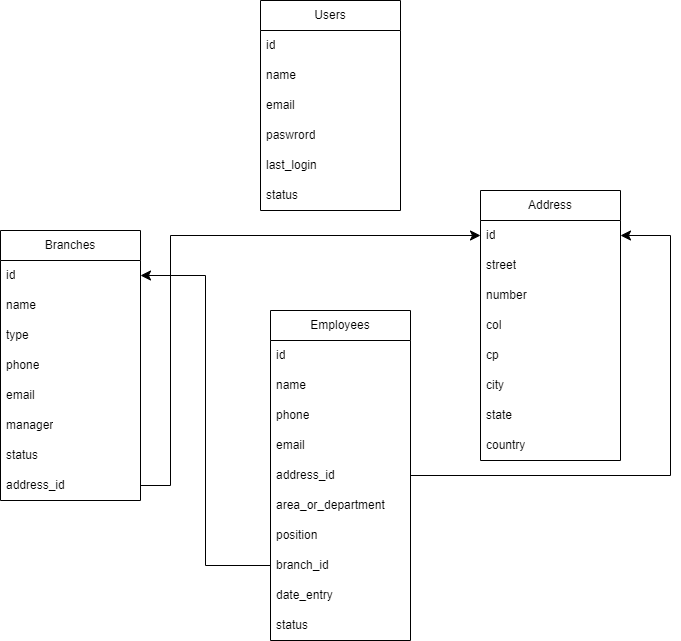
Earlier version of the draw.io export ModeloRelacional.png (Breayanxd/patito_project). Source tidied: cells renumbered, new cells last; positions are measured from the earlier drawing's top-left corner, leaving out a move shared by most shapes.
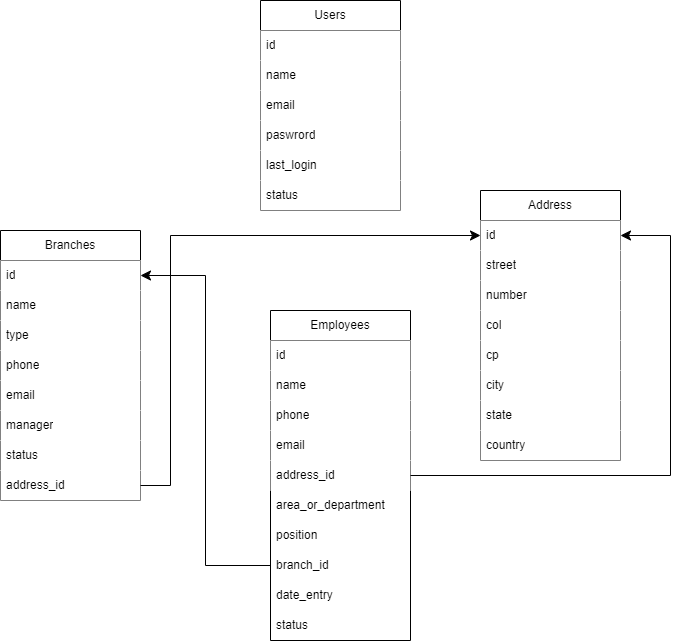
Later version of the same file.

Change to the diagram source:
```diff
@@ -2,97 +2,97 @@
   <root>
     <mxCell id="0" />
     <mxCell id="1" parent="0" />
-    <mxCell id="2" value="Branches" style="swimlane;fontStyle=0;horizontal=1;startSize=30;whiteSpace=wrap;html=1;" parent="1" vertex="1">
+    <mxCell id="2" value="Branches" style="swimlane;fontStyle=0;horizontal=1;startSize=30;whiteSpace=wrap;html=1;fillColor=#FFFFFF;" parent="1" vertex="1">
       <mxGeometry y="230" width="140" height="270" as="geometry" />
     </mxCell>
-    <mxCell id="3" value="id" style="text;strokeColor=none;fillColor=none;align=left;verticalAlign=middle;spacingLeft=4;spacingRight=4;overflow=hidden;points=[[0,0.5],[1,0.5]];portConstraint=eastwest;whiteSpace=wrap;html=1;" parent="2" vertex="1">
+    <mxCell id="3" value="id" style="text;strokeColor=none;fillColor=#FFFFFF;align=left;verticalAlign=middle;spacingLeft=4;spacingRight=4;overflow=hidden;points=[[0,0.5],[1,0.5]];portConstraint=eastwest;whiteSpace=wrap;html=1;" parent="2" vertex="1">
       <mxGeometry y="30" width="140" height="30" as="geometry" />
     </mxCell>
-    <mxCell id="4" value="name" style="text;strokeColor=none;fillColor=none;align=left;verticalAlign=middle;spacingLeft=4;spacingRight=4;overflow=hidden;whiteSpace=wrap;html=1;" parent="2" vertex="1">
+    <mxCell id="4" value="name" style="text;strokeColor=none;fillColor=#FFFFFF;align=left;verticalAlign=middle;spacingLeft=4;spacingRight=4;overflow=hidden;whiteSpace=wrap;html=1;" parent="2" vertex="1">
       <mxGeometry y="60" width="140" height="30" as="geometry" />
     </mxCell>
-    <mxCell id="5" value="type" style="text;strokeColor=none;fillColor=none;align=left;verticalAlign=middle;spacingLeft=4;spacingRight=4;overflow=hidden;whiteSpace=wrap;html=1;" parent="2" vertex="1">
+    <mxCell id="5" value="type" style="text;strokeColor=none;fillColor=#FFFFFF;align=left;verticalAlign=middle;spacingLeft=4;spacingRight=4;overflow=hidden;whiteSpace=wrap;html=1;" parent="2" vertex="1">
       <mxGeometry y="90" width="140" height="30" as="geometry" />
     </mxCell>
-    <mxCell id="6" value="phone" style="text;strokeColor=none;fillColor=none;align=left;verticalAlign=middle;spacingLeft=4;spacingRight=4;overflow=hidden;whiteSpace=wrap;html=1;" parent="2" vertex="1">
+    <mxCell id="6" value="phone" style="text;strokeColor=none;fillColor=#FFFFFF;align=left;verticalAlign=middle;spacingLeft=4;spacingRight=4;overflow=hidden;whiteSpace=wrap;html=1;" parent="2" vertex="1">
       <mxGeometry y="120" width="140" height="30" as="geometry" />
     </mxCell>
-    <mxCell id="7" value="email" style="text;strokeColor=none;fillColor=none;align=left;verticalAlign=middle;spacingLeft=4;spacingRight=4;overflow=hidden;whiteSpace=wrap;html=1;" parent="2" vertex="1">
+    <mxCell id="7" value="email" style="text;strokeColor=none;fillColor=#FFFFFF;align=left;verticalAlign=middle;spacingLeft=4;spacingRight=4;overflow=hidden;whiteSpace=wrap;html=1;" parent="2" vertex="1">
       <mxGeometry y="150" width="140" height="30" as="geometry" />
     </mxCell>
-    <mxCell id="8" value="manager" style="text;strokeColor=none;fillColor=none;align=left;verticalAlign=middle;spacingLeft=4;spacingRight=4;overflow=hidden;whiteSpace=wrap;html=1;" parent="2" vertex="1">
+    <mxCell id="8" value="manager" style="text;strokeColor=none;fillColor=#FFFFFF;align=left;verticalAlign=middle;spacingLeft=4;spacingRight=4;overflow=hidden;whiteSpace=wrap;html=1;" parent="2" vertex="1">
       <mxGeometry y="180" width="140" height="30" as="geometry" />
     </mxCell>
-    <mxCell id="9" value="status" style="text;strokeColor=none;fillColor=none;align=left;verticalAlign=middle;spacingLeft=4;spacingRight=4;overflow=hidden;whiteSpace=wrap;html=1;" parent="2" vertex="1">
+    <mxCell id="9" value="status" style="text;strokeColor=none;fillColor=#FFFFFF;align=left;verticalAlign=middle;spacingLeft=4;spacingRight=4;overflow=hidden;whiteSpace=wrap;html=1;" parent="2" vertex="1">
       <mxGeometry y="210" width="140" height="30" as="geometry" />
     </mxCell>
-    <mxCell id="10" value="address_id" style="text;strokeColor=none;fillColor=none;align=left;verticalAlign=middle;spacingLeft=4;spacingRight=4;overflow=hidden;points=[[0,0.5],[1,0.5]];portConstraint=eastwest;whiteSpace=wrap;html=1;" parent="2" vertex="1">
+    <mxCell id="10" value="address_id" style="text;strokeColor=none;fillColor=#FFFFFF;align=left;verticalAlign=middle;spacingLeft=4;spacingRight=4;overflow=hidden;points=[[0,0.5],[1,0.5]];portConstraint=eastwest;whiteSpace=wrap;html=1;" parent="2" vertex="1">
       <mxGeometry y="240" width="140" height="30" as="geometry" />
     </mxCell>
-    <mxCell id="11" value="Users" style="swimlane;fontStyle=0;horizontal=1;startSize=30;whiteSpace=wrap;html=1;" parent="1" vertex="1">
+    <mxCell id="11" value="Users" style="swimlane;fontStyle=0;horizontal=1;startSize=30;whiteSpace=wrap;html=1;fillColor=#FFFFFF;" parent="1" vertex="1">
       <mxGeometry x="260" width="140" height="210" as="geometry" />
     </mxCell>
-    <mxCell id="12" value="id" style="text;strokeColor=none;fillColor=none;align=left;verticalAlign=middle;spacingLeft=4;spacingRight=4;overflow=hidden;whiteSpace=wrap;html=1;" parent="11" vertex="1">
+    <mxCell id="12" value="id" style="text;strokeColor=none;fillColor=#FFFFFF;align=left;verticalAlign=middle;spacingLeft=4;spacingRight=4;overflow=hidden;whiteSpace=wrap;html=1;" parent="11" vertex="1">
       <mxGeometry y="30" width="140" height="30" as="geometry" />
     </mxCell>
-    <mxCell id="13" value="name" style="text;strokeColor=none;fillColor=none;align=left;verticalAlign=middle;spacingLeft=4;spacingRight=4;overflow=hidden;whiteSpace=wrap;html=1;" parent="11" vertex="1">
+    <mxCell id="13" value="name" style="text;strokeColor=none;fillColor=#FFFFFF;align=left;verticalAlign=middle;spacingLeft=4;spacingRight=4;overflow=hidden;whiteSpace=wrap;html=1;" parent="11" vertex="1">
       <mxGeometry y="60" width="140" height="30" as="geometry" />
     </mxCell>
-    <mxCell id="14" value="email" style="text;strokeColor=none;fillColor=none;align=left;verticalAlign=middle;spacingLeft=4;spacingRight=4;overflow=hidden;whiteSpace=wrap;html=1;" parent="11" vertex="1">
+    <mxCell id="14" value="email" style="text;strokeColor=none;fillColor=#FFFFFF;align=left;verticalAlign=middle;spacingLeft=4;spacingRight=4;overflow=hidden;whiteSpace=wrap;html=1;" parent="11" vertex="1">
       <mxGeometry y="90" width="140" height="30" as="geometry" />
     </mxCell>
-    <mxCell id="15" value="paswrord" style="text;strokeColor=none;fillColor=none;align=left;verticalAlign=middle;spacingLeft=4;spacingRight=4;overflow=hidden;whiteSpace=wrap;html=1;" parent="11" vertex="1">
+    <mxCell id="15" value="paswrord" style="text;strokeColor=none;fillColor=#FFFFFF;align=left;verticalAlign=middle;spacingLeft=4;spacingRight=4;overflow=hidden;whiteSpace=wrap;html=1;" parent="11" vertex="1">
       <mxGeometry y="120" width="140" height="30" as="geometry" />
     </mxCell>
-    <mxCell id="16" value="last_login" style="text;strokeColor=none;fillColor=none;align=left;verticalAlign=middle;spacingLeft=4;spacingRight=4;overflow=hidden;whiteSpace=wrap;html=1;" parent="11" vertex="1">
+    <mxCell id="16" value="last_login" style="text;strokeColor=none;fillColor=#FFFFFF;align=left;verticalAlign=middle;spacingLeft=4;spacingRight=4;overflow=hidden;whiteSpace=wrap;html=1;" parent="11" vertex="1">
       <mxGeometry y="150" width="140" height="30" as="geometry" />
     </mxCell>
-    <mxCell id="17" value="status" style="text;strokeColor=none;fillColor=none;align=left;verticalAlign=middle;spacingLeft=4;spacingRight=4;overflow=hidden;whiteSpace=wrap;html=1;" parent="11" vertex="1">
+    <mxCell id="17" value="status" style="text;strokeColor=none;fillColor=#FFFFFF;align=left;verticalAlign=middle;spacingLeft=4;spacingRight=4;overflow=hidden;whiteSpace=wrap;html=1;" parent="11" vertex="1">
       <mxGeometry y="180" width="140" height="30" as="geometry" />
     </mxCell>
-    <mxCell id="18" value="Address" style="swimlane;fontStyle=0;horizontal=1;startSize=30;whiteSpace=wrap;html=1;" parent="1" vertex="1">
+    <mxCell id="18" value="Address" style="swimlane;fontStyle=0;horizontal=1;startSize=30;whiteSpace=wrap;html=1;fillColor=#FFFFFF;" parent="1" vertex="1">
       <mxGeometry x="480" y="190" width="140" height="270" as="geometry" />
     </mxCell>
-    <mxCell id="19" value="id" style="text;strokeColor=none;fillColor=none;align=left;verticalAlign=middle;spacingLeft=4;spacingRight=4;overflow=hidden;points=[[0,0.5],[1,0.5]];portConstraint=eastwest;whiteSpace=wrap;html=1;" parent="18" vertex="1">
+    <mxCell id="19" value="id" style="text;strokeColor=none;fillColor=#FFFFFF;align=left;verticalAlign=middle;spacingLeft=4;spacingRight=4;overflow=hidden;points=[[0,0.5],[1,0.5]];portConstraint=eastwest;whiteSpace=wrap;html=1;" parent="18" vertex="1">
       <mxGeometry y="30" width="140" height="30" as="geometry" />
     </mxCell>
-    <mxCell id="20" value="street&lt;br&gt;" style="text;strokeColor=none;fillColor=none;align=left;verticalAlign=middle;spacingLeft=4;spacingRight=4;overflow=hidden;whiteSpace=wrap;html=1;" parent="18" vertex="1">
+    <mxCell id="20" value="street&lt;br&gt;" style="text;strokeColor=none;fillColor=#FFFFFF;align=left;verticalAlign=middle;spacingLeft=4;spacingRight=4;overflow=hidden;whiteSpace=wrap;html=1;" parent="18" vertex="1">
       <mxGeometry y="60" width="140" height="30" as="geometry" />
     </mxCell>
-    <mxCell id="21" value="number" style="text;strokeColor=none;fillColor=none;align=left;verticalAlign=middle;spacingLeft=4;spacingRight=4;overflow=hidden;whiteSpace=wrap;html=1;" parent="18" vertex="1">
+    <mxCell id="21" value="number" style="text;strokeColor=none;fillColor=#FFFFFF;align=left;verticalAlign=middle;spacingLeft=4;spacingRight=4;overflow=hidden;whiteSpace=wrap;html=1;" parent="18" vertex="1">
       <mxGeometry y="90" width="140" height="30" as="geometry" />
     </mxCell>
-    <mxCell id="22" value="col" style="text;strokeColor=none;fillColor=none;align=left;verticalAlign=middle;spacingLeft=4;spacingRight=4;overflow=hidden;whiteSpace=wrap;html=1;" parent="18" vertex="1">
+    <mxCell id="22" value="col" style="text;strokeColor=none;fillColor=#FFFFFF;align=left;verticalAlign=middle;spacingLeft=4;spacingRight=4;overflow=hidden;whiteSpace=wrap;html=1;" parent="18" vertex="1">
       <mxGeometry y="120" width="140" height="30" as="geometry" />
     </mxCell>
-    <mxCell id="23" value="cp" style="text;strokeColor=none;fillColor=none;align=left;verticalAlign=middle;spacingLeft=4;spacingRight=4;overflow=hidden;whiteSpace=wrap;html=1;" parent="18" vertex="1">
+    <mxCell id="23" value="cp" style="text;strokeColor=none;fillColor=#FFFFFF;align=left;verticalAlign=middle;spacingLeft=4;spacingRight=4;overflow=hidden;whiteSpace=wrap;html=1;" parent="18" vertex="1">
       <mxGeometry y="150" width="140" height="30" as="geometry" />
     </mxCell>
-    <mxCell id="24" value="city" style="text;strokeColor=none;fillColor=none;align=left;verticalAlign=middle;spacingLeft=4;spacingRight=4;overflow=hidden;whiteSpace=wrap;html=1;" parent="18" vertex="1">
+    <mxCell id="24" value="city" style="text;strokeColor=none;fillColor=#FFFFFF;align=left;verticalAlign=middle;spacingLeft=4;spacingRight=4;overflow=hidden;whiteSpace=wrap;html=1;" parent="18" vertex="1">
       <mxGeometry y="180" width="140" height="30" as="geometry" />
     </mxCell>
-    <mxCell id="25" value="state" style="text;strokeColor=none;fillColor=none;align=left;verticalAlign=middle;spacingLeft=4;spacingRight=4;overflow=hidden;whiteSpace=wrap;html=1;" parent="18" vertex="1">
+    <mxCell id="25" value="state" style="text;strokeColor=none;fillColor=#FFFFFF;align=left;verticalAlign=middle;spacingLeft=4;spacingRight=4;overflow=hidden;whiteSpace=wrap;html=1;" parent="18" vertex="1">
       <mxGeometry y="210" width="140" height="30" as="geometry" />
     </mxCell>
-    <mxCell id="26" value="country" style="text;strokeColor=none;fillColor=none;align=left;verticalAlign=middle;spacingLeft=4;spacingRight=4;overflow=hidden;whiteSpace=wrap;html=1;" parent="18" vertex="1">
+    <mxCell id="26" value="country" style="text;strokeColor=none;fillColor=#FFFFFF;align=left;verticalAlign=middle;spacingLeft=4;spacingRight=4;overflow=hidden;whiteSpace=wrap;html=1;" parent="18" vertex="1">
       <mxGeometry y="240" width="140" height="30" as="geometry" />
     </mxCell>
     <mxCell id="27" value="Employees" style="swimlane;fontStyle=0;horizontal=1;startSize=30;whiteSpace=wrap;html=1;" parent="1" vertex="1">
       <mxGeometry x="270" y="310" width="140" height="330" as="geometry" />
     </mxCell>
-    <mxCell id="28" value="id" style="text;strokeColor=none;fillColor=none;align=left;verticalAlign=middle;spacingLeft=4;spacingRight=4;overflow=hidden;whiteSpace=wrap;html=1;" parent="27" vertex="1">
+    <mxCell id="28" value="id" style="text;strokeColor=none;fillColor=#FFFFFF;align=left;verticalAlign=middle;spacingLeft=4;spacingRight=4;overflow=hidden;whiteSpace=wrap;html=1;" parent="27" vertex="1">
       <mxGeometry y="30" width="140" height="30" as="geometry" />
     </mxCell>
-    <mxCell id="29" value="name" style="text;strokeColor=none;fillColor=none;align=left;verticalAlign=middle;spacingLeft=4;spacingRight=4;overflow=hidden;whiteSpace=wrap;html=1;" parent="27" vertex="1">
+    <mxCell id="29" value="name" style="text;strokeColor=none;fillColor=#FFFFFF;align=left;verticalAlign=middle;spacingLeft=4;spacingRight=4;overflow=hidden;whiteSpace=wrap;html=1;" parent="27" vertex="1">
       <mxGeometry y="60" width="140" height="30" as="geometry" />
     </mxCell>
-    <mxCell id="30" value="phone" style="text;strokeColor=none;fillColor=none;align=left;verticalAlign=middle;spacingLeft=4;spacingRight=4;overflow=hidden;whiteSpace=wrap;html=1;" parent="27" vertex="1">
+    <mxCell id="30" value="phone" style="text;strokeColor=none;fillColor=#FFFFFF;align=left;verticalAlign=middle;spacingLeft=4;spacingRight=4;overflow=hidden;whiteSpace=wrap;html=1;" parent="27" vertex="1">
       <mxGeometry y="90" width="140" height="30" as="geometry" />
     </mxCell>
-    <mxCell id="31" value="email" style="text;strokeColor=none;fillColor=none;align=left;verticalAlign=middle;spacingLeft=4;spacingRight=4;overflow=hidden;whiteSpace=wrap;html=1;" parent="27" vertex="1">
+    <mxCell id="31" value="email" style="text;strokeColor=none;fillColor=#FFFFFF;align=left;verticalAlign=middle;spacingLeft=4;spacingRight=4;overflow=hidden;whiteSpace=wrap;html=1;" parent="27" vertex="1">
       <mxGeometry y="120" width="140" height="30" as="geometry" />
     </mxCell>
-    <mxCell id="32" value="address_id" style="text;strokeColor=none;fillColor=none;align=left;verticalAlign=middle;spacingLeft=4;spacingRight=4;overflow=hidden;points=[[0,0.5],[1,0.5]];portConstraint=eastwest;whiteSpace=wrap;html=1;" parent="27" vertex="1">
+    <mxCell id="32" value="address_id" style="text;strokeColor=none;fillColor=#FFFFFF;align=left;verticalAlign=middle;spacingLeft=4;spacingRight=4;overflow=hidden;points=[[0,0.5],[1,0.5]];portConstraint=eastwest;whiteSpace=wrap;html=1;" parent="27" vertex="1">
       <mxGeometry y="150" width="140" height="30" as="geometry" />
     </mxCell>
     <mxCell id="33" value="area_or_department" style="text;strokeColor=none;fillColor=none;align=left;verticalAlign=middle;spacingLeft=4;spacingRight=4;overflow=hidden;whiteSpace=wrap;html=1;" parent="27" vertex="1">
@@ -110,7 +110,7 @@
     <mxCell id="37" value="status" style="text;strokeColor=none;fillColor=none;align=left;verticalAlign=middle;spacingLeft=4;spacingRight=4;overflow=hidden;whiteSpace=wrap;html=1;" parent="27" vertex="1">
       <mxGeometry y="300" width="140" height="30" as="geometry" />
     </mxCell>
-    <mxCell id="38" style="edgeStyle=elbowEdgeStyle;elbow=horizontal;endArrow=classic;html=1;curved=0;rounded=0;endSize=8;startSize=8;exitX=1;exitY=0.5;exitDx=0;exitDy=0;entryX=0;entryY=0.5;entryDx=0;entryDy=0;" parent="1" edge="1" source="10" target="19">
+    <mxCell id="38" style="edgeStyle=elbowEdgeStyle;elbow=horizontal;endArrow=classic;html=1;curved=0;rounded=0;endSize=8;startSize=8;exitX=1;exitY=0.5;exitDx=0;exitDy=0;entryX=0;entryY=0.5;entryDx=0;entryDy=0;fillColor=#FFFFFF;" parent="1" edge="1" source="10" target="19">
       <mxGeometry relative="1" as="geometry">
         <Array as="points">
           <mxPoint x="170" y="310" />
@@ -121,7 +121,7 @@
     <mxCell id="39" style="edgeStyle=elbowEdgeStyle;elbow=horizontal;endArrow=classic;html=1;curved=0;rounded=0;endSize=8;startSize=8;entryX=1;entryY=0.5;entryDx=0;entryDy=0;exitX=0;exitY=0.5;exitDx=0;exitDy=0;" parent="1" edge="1" source="35" target="3">
       <mxGeometry relative="1" as="geometry" />
     </mxCell>
-    <mxCell id="40" style="edgeStyle=elbowEdgeStyle;elbow=horizontal;endArrow=classic;html=1;curved=0;rounded=0;endSize=8;startSize=8;entryX=1;entryY=0.5;entryDx=0;entryDy=0;" parent="1" edge="1" source="32" target="19">
+    <mxCell id="40" style="edgeStyle=elbowEdgeStyle;elbow=horizontal;endArrow=classic;html=1;curved=0;rounded=0;endSize=8;startSize=8;entryX=1;entryY=0.5;entryDx=0;entryDy=0;fillColor=#FFFFFF;" parent="1" edge="1" source="32" target="19">
       <mxGeometry relative="1" as="geometry">
         <Array as="points">
           <mxPoint x="670" y="350" />
```
